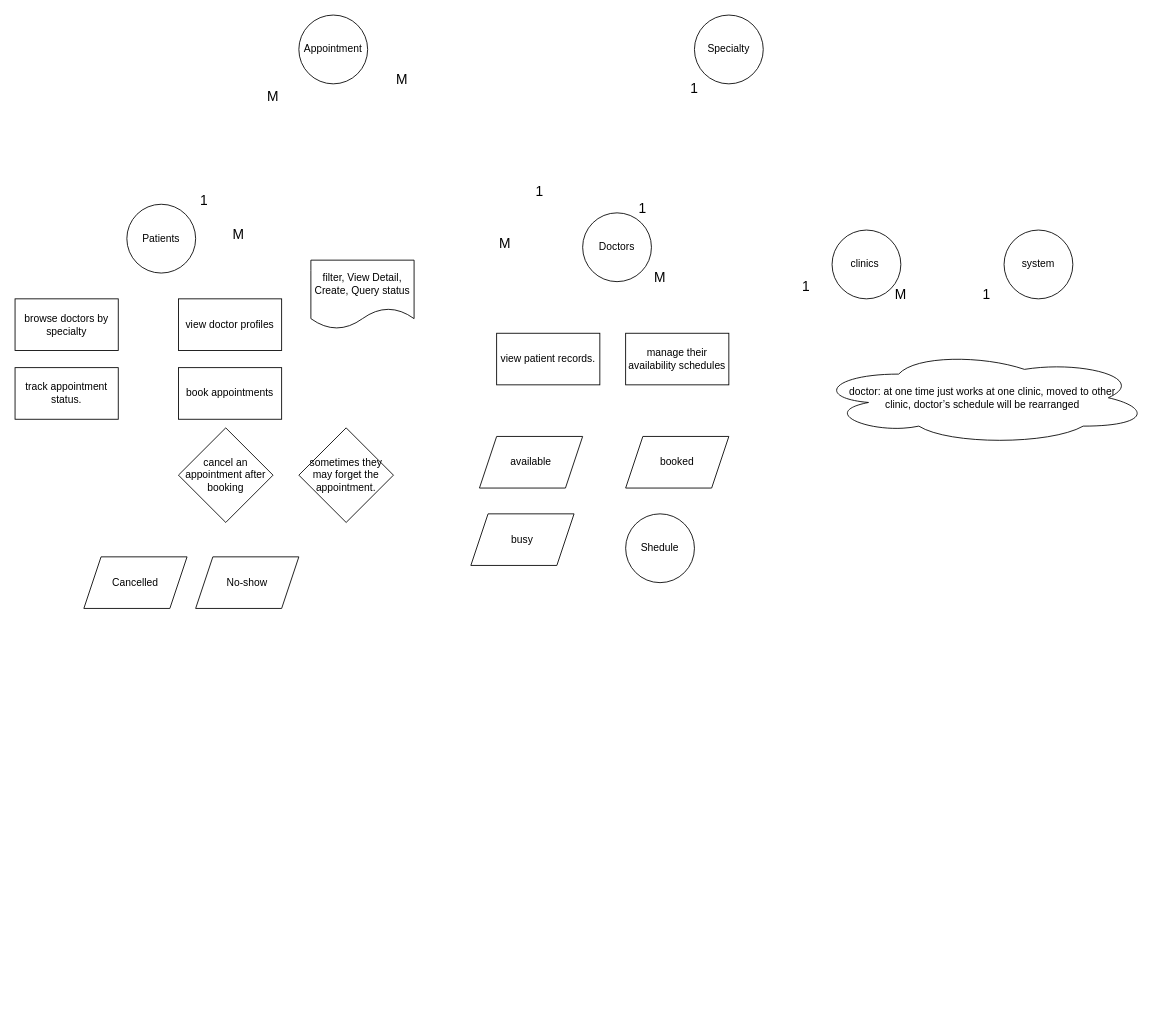
This is Source.drawio from PhamAn-3z/SWD-Document, a draw.io file, before an edit. Source tidied: cells renumbered, new cells numbered last; positions are measured from the earlier drawing's top-left corner, leaving out a move shared by most shapes. Both pictures are drawn from the tidied source at 86%, with x=0, y=0 at pixel (15, 15).
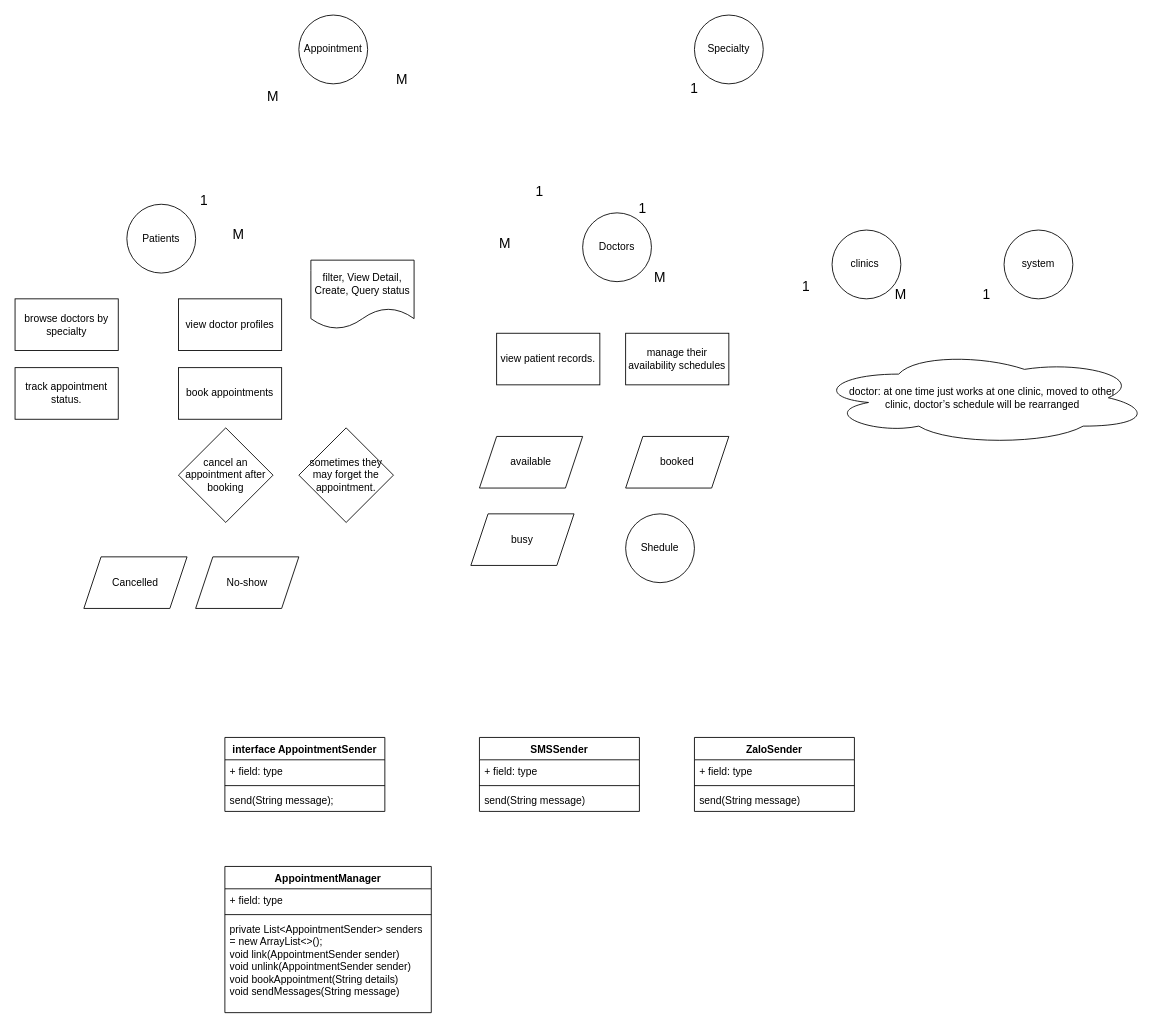
The same page after the edit.

Commit message:
Cập nhật Source.drawio

Diff of the diagram source:
```diff
@@
+    <mxCell id="36" value="&lt;span class=&quot;hljs-keyword&quot;&gt;interface&lt;/span&gt; &lt;span class=&quot;hljs-title&quot;&gt;AppointmentSender&lt;/span&gt;" style="swimlane;fontStyle=1;align=center;verticalAlign=top;horizontal=1;startSize=26;whiteSpace=wrap;html=1;" parent="1" vertex="1">
+      <mxGeometry x="244" y="840" width="186" height="86" as="geometry" />
+    </mxCell>
+    <mxCell id="37" value="+ field: type" style="text;strokeColor=none;fillColor=none;align=left;verticalAlign=top;spacingLeft=4;spacingRight=4;overflow=hidden;whiteSpace=wrap;html=1;" parent="36" vertex="1">
+      <mxGeometry y="26" width="186" height="26" as="geometry" />
+    </mxCell>
+    <mxCell id="38" style="line;strokeWidth=1;fillColor=none;align=left;verticalAlign=middle;spacingTop=-1;spacingLeft=3;spacingRight=3;labelPosition=right;strokeColor=inherit;" parent="36" vertex="1">
+      <mxGeometry y="52" width="186" height="8" as="geometry" />
+    </mxCell>
+    <mxCell id="39" value="&lt;span class=&quot;hljs-function&quot;&gt;&lt;span class=&quot;hljs-title&quot;&gt;send&lt;/span&gt;&lt;span class=&quot;hljs-params&quot;&gt;(String message)&lt;/span&gt;&lt;/span&gt;;" style="text;strokeColor=none;fillColor=none;align=left;verticalAlign=top;spacingLeft=4;spacingRight=4;overflow=hidden;whiteSpace=wrap;html=1;" parent="36" vertex="1">
+      <mxGeometry y="60" width="186" height="26" as="geometry" />
+    </mxCell>
+    <mxCell id="40" value="SMSSender" style="swimlane;fontStyle=1;align=center;verticalAlign=top;horizontal=1;startSize=26;whiteSpace=wrap;html=1;" parent="1" vertex="1">
+      <mxGeometry x="540" y="840" width="186" height="86" as="geometry" />
+    </mxCell>
+    <mxCell id="41" value="+ field: type" style="text;strokeColor=none;fillColor=none;align=left;verticalAlign=top;spacingLeft=4;spacingRight=4;overflow=hidden;whiteSpace=wrap;html=1;" parent="40" vertex="1">
+      <mxGeometry y="26" width="186" height="26" as="geometry" />
+    </mxCell>
+    <mxCell id="42" style="line;strokeWidth=1;fillColor=none;align=left;verticalAlign=middle;spacingTop=-1;spacingLeft=3;spacingRight=3;labelPosition=right;strokeColor=inherit;" parent="40" vertex="1">
+      <mxGeometry y="52" width="186" height="8" as="geometry" />
+    </mxCell>
+    <mxCell id="43" value="&lt;span class=&quot;hljs-title&quot;&gt;send&lt;/span&gt;&lt;span class=&quot;hljs-params&quot;&gt;(String message)&lt;/span&gt;" style="text;strokeColor=none;fillColor=none;align=left;verticalAlign=top;spacingLeft=4;spacingRight=4;overflow=hidden;whiteSpace=wrap;html=1;" parent="40" vertex="1">
+      <mxGeometry y="60" width="186" height="26" as="geometry" />
+    </mxCell>
+    <mxCell id="44" value="ZaloSender" style="swimlane;fontStyle=1;align=center;verticalAlign=top;horizontal=1;startSize=26;whiteSpace=wrap;html=1;" parent="1" vertex="1">
+      <mxGeometry x="790" y="840" width="186" height="86" as="geometry" />
+    </mxCell>
+    <mxCell id="45" value="+ field: type" style="text;strokeColor=none;fillColor=none;align=left;verticalAlign=top;spacingLeft=4;spacingRight=4;overflow=hidden;whiteSpace=wrap;html=1;" parent="44" vertex="1">
+      <mxGeometry y="26" width="186" height="26" as="geometry" />
+    </mxCell>
+    <mxCell id="46" style="line;strokeWidth=1;fillColor=none;align=left;verticalAlign=middle;spacingTop=-1;spacingLeft=3;spacingRight=3;labelPosition=right;strokeColor=inherit;" parent="44" vertex="1">
+      <mxGeometry y="52" width="186" height="8" as="geometry" />
+    </mxCell>
+    <mxCell id="47" value="&lt;span class=&quot;hljs-title&quot;&gt;send&lt;/span&gt;&lt;span class=&quot;hljs-params&quot;&gt;(String message)&lt;/span&gt;" style="text;strokeColor=none;fillColor=none;align=left;verticalAlign=top;spacingLeft=4;spacingRight=4;overflow=hidden;whiteSpace=wrap;html=1;" parent="44" vertex="1">
+      <mxGeometry y="60" width="186" height="26" as="geometry" />
+    </mxCell>
+    <mxCell id="48" value="AppointmentManager" style="swimlane;fontStyle=1;align=center;verticalAlign=top;horizontal=1;startSize=26;whiteSpace=wrap;html=1;" parent="1" vertex="1">
+      <mxGeometry x="244" y="990" width="240" height="170" as="geometry" />
+    </mxCell>
+    <mxCell id="49" value="+ field: type" style="text;strokeColor=none;fillColor=none;align=left;verticalAlign=top;spacingLeft=4;spacingRight=4;overflow=hidden;whiteSpace=wrap;html=1;" parent="48" vertex="1">
+      <mxGeometry y="26" width="240" height="26" as="geometry" />
+    </mxCell>
+    <mxCell id="50" style="line;strokeWidth=1;fillColor=none;align=left;verticalAlign=middle;spacingTop=-1;spacingLeft=3;spacingRight=3;labelPosition=right;strokeColor=inherit;" parent="48" vertex="1">
+      <mxGeometry y="52" width="240" height="8" as="geometry" />
+    </mxCell>
+    <mxCell id="51" value="&lt;span class=&quot;hljs-keyword&quot;&gt;private&lt;/span&gt; List&amp;lt;AppointmentSender&amp;gt; senders = &lt;span class=&quot;hljs-keyword&quot;&gt;new&lt;/span&gt; ArrayList&amp;lt;&amp;gt;();&lt;div&gt;&lt;span class=&quot;hljs-keyword&quot;&gt;void&lt;/span&gt; &lt;span class=&quot;hljs-title&quot;&gt;link&lt;/span&gt;&lt;span class=&quot;hljs-params&quot;&gt;(AppointmentSender sender)&lt;/span&gt;&lt;/div&gt;&lt;div&gt;&lt;span class=&quot;hljs-params&quot;&gt;&lt;span class=&quot;hljs-keyword&quot;&gt;void&lt;/span&gt; &lt;span class=&quot;hljs-title&quot;&gt;unlink&lt;/span&gt;&lt;span class=&quot;hljs-params&quot;&gt;(AppointmentSender sender)&lt;/span&gt;&lt;/span&gt;&lt;/div&gt;&lt;div&gt;&lt;span class=&quot;hljs-params&quot;&gt;&lt;span class=&quot;hljs-params&quot;&gt;&lt;span class=&quot;hljs-keyword&quot;&gt;void&lt;/span&gt; &lt;span class=&quot;hljs-title&quot;&gt;bookAppointment&lt;/span&gt;&lt;span class=&quot;hljs-params&quot;&gt;(String details)&lt;/span&gt;&lt;/span&gt;&lt;/span&gt;&lt;/div&gt;&lt;div&gt;&lt;span class=&quot;hljs-params&quot;&gt;&lt;span class=&quot;hljs-params&quot;&gt;&lt;span class=&quot;hljs-params&quot;&gt;&lt;span class=&quot;hljs-keyword&quot;&gt;void&lt;/span&gt; &lt;span class=&quot;hljs-title&quot;&gt;sendMessages&lt;/span&gt;&lt;span class=&quot;hljs-params&quot;&gt;(String message)&lt;/span&gt;&lt;/span&gt;&lt;/span&gt;&lt;/span&gt;&lt;/div&gt;" style="text;strokeColor=none;fillColor=none;align=left;verticalAlign=top;spacingLeft=4;spacingRight=4;overflow=hidden;whiteSpace=wrap;html=1;" parent="48" vertex="1">
+      <mxGeometry y="60" width="240" height="110" as="geometry" />
+    </mxCell>
```
